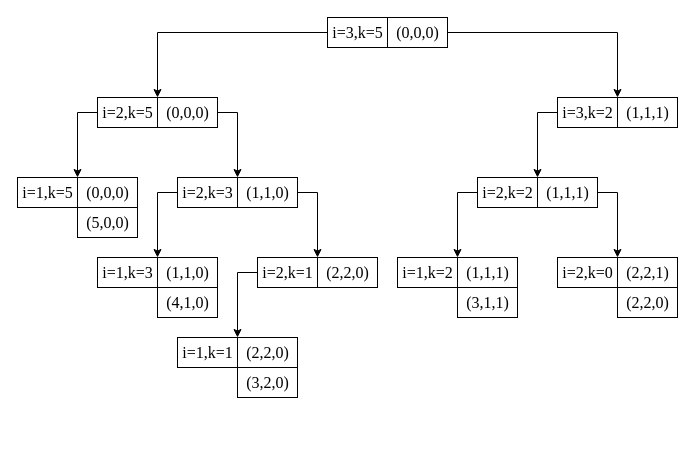
Before: recursiontree.drawio in Phagesama/PDFGPPCfigure, a draw.io diagram. Source tidied: cells renumbered, new cells numbered last; positions are measured from the earlier drawing's top-left corner, leaving out a move shared by most shapes. Both pictures are drawn from the tidied source at 100%, with x=0, y=0 at pixel (17, 17).
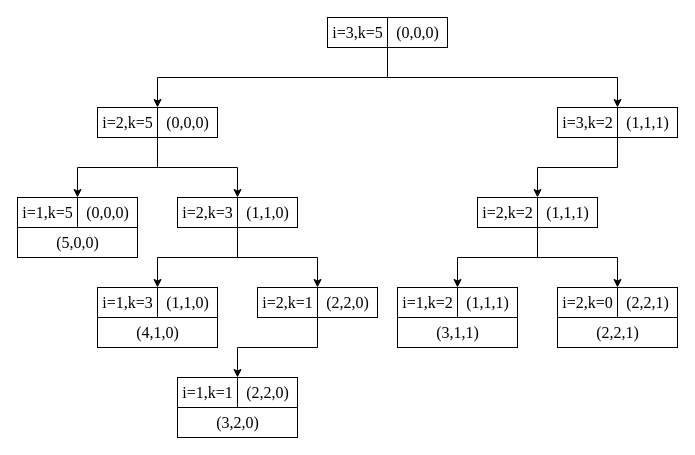
After the change.

Unchanged cells that the change refers to:
```xml
<mxCell id="3" value="&lt;font style=&quot;font-size: 16px;&quot; face=&quot;Times New Roman&quot;&gt;i=3,k=5&lt;/font&gt;" style="html=1;dashed=0;whitespace=wrap;shadow=0;sketch=0;fillStyle=solid;fillColor=default;gradientColor=none;fontSize=16;" parent="2" vertex="1">
  <mxGeometry width="60" height="30" as="geometry" />
</mxCell>
<mxCell id="4" value="&lt;font face=&quot;Times New Roman&quot; style=&quot;font-size: 16px;&quot;&gt;(0,0,0)&lt;/font&gt;" style="html=1;dashed=0;whitespace=wrap;shadow=0;sketch=0;fillStyle=solid;fillColor=default;gradientColor=none;fontSize=16;" parent="2" vertex="1">
  <mxGeometry x="60" width="60" height="30" as="geometry" />
</mxCell>
<mxCell id="6" value="&lt;font face=&quot;Times New Roman&quot; style=&quot;font-size: 16px;&quot;&gt;i=2,k=5&lt;/font&gt;" style="html=1;dashed=0;whitespace=wrap;shadow=0;sketch=0;fillStyle=solid;fillColor=default;gradientColor=none;fontSize=16;" parent="5" vertex="1">
  <mxGeometry width="60" height="30" as="geometry" />
</mxCell>
<mxCell id="7" value="&lt;font face=&quot;Times New Roman&quot; style=&quot;font-size: 16px;&quot;&gt;(0,0,0)&lt;/font&gt;" style="html=1;dashed=0;whitespace=wrap;shadow=0;sketch=0;fillStyle=solid;fillColor=default;gradientColor=none;fontSize=16;" parent="5" vertex="1">
  <mxGeometry x="60" width="60" height="30" as="geometry" />
</mxCell>
<mxCell id="9" value="&lt;font face=&quot;Times New Roman&quot; style=&quot;font-size: 16px;&quot;&gt;i=2,k=3&lt;/font&gt;" style="html=1;dashed=0;whitespace=wrap;shadow=0;sketch=0;fillStyle=solid;fillColor=default;gradientColor=none;fontSize=16;" parent="8" vertex="1">
  <mxGeometry width="60" height="30" as="geometry" />
</mxCell>
<mxCell id="10" value="&lt;font face=&quot;Times New Roman&quot; style=&quot;font-size: 16px;&quot;&gt;(1,1,0)&lt;/font&gt;" style="html=1;dashed=0;whitespace=wrap;shadow=0;sketch=0;fillStyle=solid;fillColor=default;gradientColor=none;fontSize=16;" parent="8" vertex="1">
  <mxGeometry x="60" width="60" height="30" as="geometry" />
</mxCell>
<mxCell id="12" value="&lt;font face=&quot;Times New Roman&quot; style=&quot;font-size: 16px;&quot;&gt;i=2,k=1&lt;/font&gt;" style="html=1;dashed=0;whitespace=wrap;shadow=0;sketch=0;fillStyle=solid;fillColor=default;gradientColor=none;fontSize=16;" parent="11" vertex="1">
  <mxGeometry width="60" height="30" as="geometry" />
</mxCell>
<mxCell id="13" value="&lt;font face=&quot;Times New Roman&quot; style=&quot;font-size: 16px;&quot;&gt;(2,2,0)&lt;/font&gt;" style="html=1;dashed=0;whitespace=wrap;shadow=0;sketch=0;fillStyle=solid;fillColor=default;gradientColor=none;fontSize=16;" parent="11" vertex="1">
  <mxGeometry x="60" width="60" height="30" as="geometry" />
</mxCell>
<mxCell id="15" value="&lt;font face=&quot;Times New Roman&quot; style=&quot;font-size: 16px;&quot;&gt;i=3,k=2&lt;/font&gt;" style="html=1;dashed=0;whitespace=wrap;shadow=0;sketch=0;fillStyle=solid;fillColor=default;gradientColor=none;fontSize=16;" parent="14" vertex="1">
  <mxGeometry width="60" height="30" as="geometry" />
</mxCell>
<mxCell id="16" value="&lt;font face=&quot;Times New Roman&quot; style=&quot;font-size: 16px;&quot;&gt;(1,1,1)&lt;/font&gt;" style="html=1;dashed=0;whitespace=wrap;shadow=0;sketch=0;fillStyle=solid;fillColor=default;gradientColor=none;fontSize=16;" parent="14" vertex="1">
  <mxGeometry x="60" width="60" height="30" as="geometry" />
</mxCell>
<mxCell id="28" value="&lt;font face=&quot;Times New Roman&quot; style=&quot;font-size: 16px;&quot;&gt;i=2,k=2&lt;/font&gt;" style="html=1;dashed=0;whitespace=wrap;shadow=0;sketch=0;fillStyle=solid;fillColor=default;gradientColor=none;fontSize=16;" parent="27" vertex="1">
  <mxGeometry width="60" height="30" as="geometry" />
</mxCell>
<mxCell id="29" value="&lt;font face=&quot;Times New Roman&quot; style=&quot;font-size: 16px;&quot;&gt;(1,1,1)&lt;/font&gt;" style="html=1;dashed=0;whitespace=wrap;shadow=0;sketch=0;fillStyle=solid;fillColor=default;gradientColor=none;fontSize=16;" parent="27" vertex="1">
  <mxGeometry x="60" width="60" height="30" as="geometry" />
</mxCell>
<mxCell id="43" value="&lt;font face=&quot;Times New Roman&quot; style=&quot;font-size: 16px;&quot;&gt;(2,2,0)&lt;/font&gt;" style="html=1;dashed=0;whitespace=wrap;shadow=0;sketch=0;fillStyle=solid;fillColor=default;gradientColor=none;fontSize=16;" parent="41" vertex="1">
  <mxGeometry x="60" width="60" height="30" as="geometry" />
</mxCell>
<mxCell id="47" value="&lt;font face=&quot;Times New Roman&quot; style=&quot;font-size: 16px;&quot;&gt;i=1,k=2&lt;/font&gt;" style="html=1;dashed=0;whitespace=wrap;shadow=0;sketch=0;fillStyle=solid;fillColor=default;gradientColor=none;fontSize=16;" parent="46" vertex="1">
  <mxGeometry width="60" height="30" as="geometry" />
</mxCell>
<mxCell id="53" value="&lt;font face=&quot;Times New Roman&quot; style=&quot;font-size: 16px;&quot;&gt;(2,2,1)&lt;/font&gt;" style="html=1;dashed=0;whitespace=wrap;shadow=0;sketch=0;fillStyle=solid;fillColor=default;gradientColor=none;fontSize=16;" parent="51" vertex="1">
  <mxGeometry x="60" width="60" height="30" as="geometry" />
</mxCell>
```

Diff of the diagram source:
```diff
@@
     <mxCell id="5" style="group;fontSize=16;" parent="1" vertex="1">
-      <mxGeometry x="80" y="80" width="120" height="30" as="geometry" />
+      <mxGeometry x="80" y="90" width="120" height="30" as="geometry" />
     </mxCell>
@@
     <mxCell id="8" style="group;fontSize=16;" parent="1" vertex="1">
-      <mxGeometry x="160" y="160" width="120" height="30" as="geometry" />
+      <mxGeometry x="160" y="180" width="120" height="30" as="geometry" />
     </mxCell>
@@
     <mxCell id="11" style="group;fontSize=16;" parent="1" vertex="1">
-      <mxGeometry x="240" y="240" width="120" height="30" as="geometry" />
+      <mxGeometry x="240" y="270" width="120" height="30" as="geometry" />
     </mxCell>
@@
     <mxCell id="14" style="group;fontSize=16;" parent="1" vertex="1">
-      <mxGeometry x="540" y="80" width="120" height="30" as="geometry" />
+      <mxGeometry x="540" y="90" width="120" height="30" as="geometry" />
     </mxCell>
@@
-    <mxCell id="17" style="group;fontSize=16;" parent="1" vertex="1">
-      <mxGeometry y="160" width="120" height="60" as="geometry" />
-    </mxCell>
-    <mxCell id="18" style="group;fontSize=16;" parent="17" vertex="1">
-      <mxGeometry width="120" height="30" as="geometry" />
-    </mxCell>
-    <mxCell id="19" value="&lt;font face=&quot;Times New Roman&quot; style=&quot;font-size: 16px;&quot;&gt;i=1,k=5&lt;/font&gt;" style="html=1;dashed=0;whitespace=wrap;shadow=0;sketch=0;fillStyle=solid;fillColor=default;gradientColor=none;fontSize=16;" parent="18" vertex="1">
-      <mxGeometry width="60" height="30" as="geometry" />
-    </mxCell>
-    <mxCell id="20" value="&lt;font face=&quot;Times New Roman&quot; style=&quot;font-size: 16px;&quot;&gt;(0,0,0)&lt;/font&gt;" style="html=1;dashed=0;whitespace=wrap;shadow=0;sketch=0;fillStyle=solid;fillColor=default;gradientColor=none;fontSize=16;" parent="18" vertex="1">
-      <mxGeometry x="60" width="60" height="30" as="geometry" />
-    </mxCell>
-    <mxCell id="21" value="&lt;font face=&quot;Times New Roman&quot; style=&quot;font-size: 16px;&quot;&gt;(5,0,0)&lt;/font&gt;" style="html=1;dashed=0;whitespace=wrap;shadow=0;sketch=0;fillStyle=solid;fillColor=default;gradientColor=none;fontSize=16;" parent="17" vertex="1">
-      <mxGeometry x="60" y="30" width="60" height="30" as="geometry" />
-    </mxCell>
-    <mxCell id="22" style="group;fontSize=16;" parent="1" vertex="1">
-      <mxGeometry x="80" y="240" width="120" height="60" as="geometry" />
-    </mxCell>
-    <mxCell id="23" value="&lt;font face=&quot;Times New Roman&quot; style=&quot;font-size: 16px;&quot;&gt;(4,1,0)&lt;/font&gt;" style="html=1;dashed=0;whitespace=wrap;shadow=0;sketch=0;fillStyle=solid;fillColor=default;gradientColor=none;fontSize=16;" parent="22" vertex="1">
-      <mxGeometry x="60" y="30" width="60" height="30" as="geometry" />
-    </mxCell>
-    <mxCell id="24" style="group;fontSize=16;" parent="22" vertex="1">
-      <mxGeometry width="120" height="30" as="geometry" />
-    </mxCell>
-    <mxCell id="25" value="&lt;font face=&quot;Times New Roman&quot; style=&quot;font-size: 16px;&quot;&gt;i=1,k=3&lt;/font&gt;" style="html=1;dashed=0;whitespace=wrap;shadow=0;sketch=0;fillStyle=solid;fillColor=default;gradientColor=none;fontSize=16;" parent="24" vertex="1">
-      <mxGeometry width="60" height="30" as="geometry" />
-    </mxCell>
-    <mxCell id="26" value="&lt;font face=&quot;Times New Roman&quot; style=&quot;font-size: 16px;&quot;&gt;(1,1,0)&lt;/font&gt;" style="html=1;dashed=0;whitespace=wrap;shadow=0;sketch=0;fillStyle=solid;fillColor=default;gradientColor=none;fontSize=16;" parent="24" vertex="1">
-      <mxGeometry x="60" width="60" height="30" as="geometry" />
-    </mxCell>
     <mxCell id="27" style="group;fontSize=16;" parent="1" vertex="1">
-      <mxGeometry x="460" y="160" width="120" height="30" as="geometry" />
+      <mxGeometry x="460" y="180" width="120" height="30" as="geometry" />
     </mxCell>
@@
-    <mxCell id="30" style="edgeStyle=orthogonalEdgeStyle;rounded=0;jettySize=auto;html=1;exitX=0;exitY=0.5;exitDx=0;exitDy=0;entryX=0;entryY=0;entryDx=0;entryDy=0;fontFamily=Times New Roman;fontSize=16;" parent="1" edge="1" source="3" target="7">
-      <mxGeometry relative="1" as="geometry" />
+    <mxCell id="30" style="edgeStyle=orthogonalEdgeStyle;rounded=0;jettySize=auto;html=1;exitX=0;exitY=1;exitDx=0;exitDy=0;entryX=0;entryY=0;entryDx=0;entryDy=0;fontFamily=Times New Roman;fontSize=16;" parent="1" edge="1" source="4" target="7">
+      <mxGeometry relative="1" as="geometry">
+        <Array as="points">
+          <mxPoint x="370" y="60" />
+          <mxPoint x="140" y="60" />
+        </Array>
+      </mxGeometry>
     </mxCell>
-    <mxCell id="31" style="edgeStyle=orthogonalEdgeStyle;rounded=0;jettySize=auto;html=1;exitX=1;exitY=0.5;exitDx=0;exitDy=0;entryX=0;entryY=0;entryDx=0;entryDy=0;fontFamily=Times New Roman;fontSize=16;" parent="1" edge="1" source="4" target="16">
-      <mxGeometry relative="1" as="geometry" />
+    <mxCell id="31" style="edgeStyle=orthogonalEdgeStyle;rounded=0;jettySize=auto;html=1;exitX=0;exitY=1;exitDx=0;exitDy=0;entryX=0;entryY=0;entryDx=0;entryDy=0;fontFamily=Times New Roman;fontSize=16;" parent="1" edge="1" source="4" target="16">
+      <mxGeometry relative="1" as="geometry">
+        <Array as="points">
+          <mxPoint x="370" y="60" />
+          <mxPoint x="600" y="60" />
+        </Array>
+      </mxGeometry>
     </mxCell>
-    <mxCell id="32" style="edgeStyle=orthogonalEdgeStyle;rounded=0;jettySize=auto;html=1;exitX=0;exitY=0.5;exitDx=0;exitDy=0;entryX=0;entryY=0;entryDx=0;entryDy=0;fontFamily=Times New Roman;fontSize=16;" parent="1" edge="1" source="6" target="20">
+    <mxCell id="32" style="edgeStyle=orthogonalEdgeStyle;rounded=0;jettySize=auto;html=1;exitX=1;exitY=1;exitDx=0;exitDy=0;entryX=0;entryY=0;entryDx=0;entryDy=0;fontFamily=Times New Roman;fontSize=16;" parent="1" edge="1" source="6" target="20">
       <mxGeometry relative="1" as="geometry" />
     </mxCell>
-    <mxCell id="33" style="edgeStyle=orthogonalEdgeStyle;rounded=0;jettySize=auto;html=1;exitX=1;exitY=0.5;exitDx=0;exitDy=0;entryX=0;entryY=0;entryDx=0;entryDy=0;fontFamily=Times New Roman;fontSize=16;" parent="1" edge="1" source="7" target="10">
+    <mxCell id="33" style="edgeStyle=orthogonalEdgeStyle;rounded=0;jettySize=auto;html=1;exitX=0;exitY=1;exitDx=0;exitDy=0;entryX=0;entryY=0;entryDx=0;entryDy=0;fontFamily=Times New Roman;fontSize=16;" parent="1" edge="1" source="7" target="10">
       <mxGeometry relative="1" as="geometry" />
     </mxCell>
-    <mxCell id="34" style="edgeStyle=orthogonalEdgeStyle;rounded=0;jettySize=auto;html=1;exitX=0;exitY=0.5;exitDx=0;exitDy=0;entryX=0;entryY=0;entryDx=0;entryDy=0;fontFamily=Times New Roman;fontSize=16;" parent="1" edge="1" source="9" target="26">
+    <mxCell id="34" style="edgeStyle=orthogonalEdgeStyle;rounded=0;jettySize=auto;html=1;exitX=0;exitY=1;exitDx=0;exitDy=0;entryX=0;entryY=0;entryDx=0;entryDy=0;fontFamily=Times New Roman;fontSize=16;" parent="1" edge="1" source="10" target="26">
       <mxGeometry relative="1" as="geometry" />
     </mxCell>
-    <mxCell id="35" style="edgeStyle=orthogonalEdgeStyle;rounded=0;jettySize=auto;html=1;exitX=1;exitY=0.5;exitDx=0;exitDy=0;entryX=0;entryY=0;entryDx=0;entryDy=0;fontFamily=Times New Roman;fontSize=16;" parent="1" edge="1" source="10" target="13">
+    <mxCell id="35" style="edgeStyle=orthogonalEdgeStyle;rounded=0;jettySize=auto;html=1;exitX=0;exitY=1;exitDx=0;exitDy=0;entryX=0;entryY=0;entryDx=0;entryDy=0;fontFamily=Times New Roman;fontSize=16;" parent="1" edge="1" source="10" target="13">
       <mxGeometry relative="1" as="geometry" />
     </mxCell>
-    <mxCell id="36" style="edgeStyle=orthogonalEdgeStyle;rounded=0;jettySize=auto;html=1;exitX=0;exitY=0.5;exitDx=0;exitDy=0;entryX=0;entryY=0;entryDx=0;entryDy=0;fontFamily=Times New Roman;fontSize=16;" parent="1" edge="1" source="12" target="43">
+    <mxCell id="36" style="edgeStyle=orthogonalEdgeStyle;rounded=0;jettySize=auto;html=1;exitX=1;exitY=1;exitDx=0;exitDy=0;entryX=0;entryY=0;entryDx=0;entryDy=0;fontFamily=Times New Roman;fontSize=16;" parent="1" edge="1" source="12" target="43">
       <mxGeometry relative="1" as="geometry" />
     </mxCell>
-    <mxCell id="37" style="edgeStyle=orthogonalEdgeStyle;rounded=0;jettySize=auto;html=1;exitX=0;exitY=0.5;exitDx=0;exitDy=0;entryX=1;entryY=0;entryDx=0;entryDy=0;fontFamily=Times New Roman;fontSize=16;" parent="1" edge="1" source="28" target="47">
+    <mxCell id="37" style="edgeStyle=orthogonalEdgeStyle;rounded=0;jettySize=auto;html=1;exitX=1;exitY=1;exitDx=0;exitDy=0;entryX=1;entryY=0;entryDx=0;entryDy=0;fontFamily=Times New Roman;fontSize=16;" parent="1" edge="1" source="28" target="47">
       <mxGeometry relative="1" as="geometry" />
     </mxCell>
-    <mxCell id="38" style="edgeStyle=orthogonalEdgeStyle;rounded=0;jettySize=auto;html=1;exitX=1;exitY=0.5;exitDx=0;exitDy=0;entryX=0;entryY=0;entryDx=0;entryDy=0;fontFamily=Times New Roman;fontSize=16;" parent="1" edge="1" source="29" target="53">
+    <mxCell id="38" style="edgeStyle=orthogonalEdgeStyle;rounded=0;jettySize=auto;html=1;exitX=0;exitY=1;exitDx=0;exitDy=0;entryX=0;entryY=0;entryDx=0;entryDy=0;fontFamily=Times New Roman;fontSize=16;" parent="1" edge="1" source="29" target="53">
       <mxGeometry relative="1" as="geometry" />
     </mxCell>
-    <mxCell id="39" style="edgeStyle=orthogonalEdgeStyle;rounded=0;jettySize=auto;html=1;exitX=0;exitY=0.5;exitDx=0;exitDy=0;entryX=0;entryY=0;entryDx=0;entryDy=0;fontFamily=Times New Roman;fontSize=16;" parent="1" edge="1" source="15" target="29">
+    <mxCell id="39" style="edgeStyle=orthogonalEdgeStyle;rounded=0;jettySize=auto;html=1;exitX=0;exitY=1;exitDx=0;exitDy=0;entryX=0;entryY=0;entryDx=0;entryDy=0;fontFamily=Times New Roman;fontSize=16;" parent="1" edge="1" source="16" target="29">
       <mxGeometry relative="1" as="geometry" />
     </mxCell>
     <mxCell id="40" style="group;fontSize=16;" parent="1" vertex="1">
-      <mxGeometry x="160" y="320" width="120" height="60" as="geometry" />
+      <mxGeometry x="160" y="360" width="120" height="60" as="geometry" />
     </mxCell>
@@
     <mxCell id="44" value="&lt;font face=&quot;Times New Roman&quot; style=&quot;font-size: 16px;&quot;&gt;(3,2,0)&lt;/font&gt;" style="html=1;dashed=0;whitespace=wrap;shadow=0;sketch=0;fillStyle=solid;fillColor=default;gradientColor=none;fontSize=16;" parent="40" vertex="1">
-      <mxGeometry x="60" y="30" width="60" height="30" as="geometry" />
+      <mxGeometry y="30" width="120" height="30" as="geometry" />
     </mxCell>
-    <mxCell id="45" style="group;fontSize=16;" parent="1" vertex="1">
-      <mxGeometry x="380" y="240" width="120" height="60" as="geometry" />
-    </mxCell>
+    <mxCell id="55" style="group;" parent="1" vertex="1">
+      <mxGeometry y="180" width="120" height="60" as="geometry" />
+    </mxCell>
+    <mxCell id="18" style="group;fontSize=16;" parent="55" vertex="1">
+      <mxGeometry width="120" height="30" as="geometry" />
+    </mxCell>
+    <mxCell id="19" value="&lt;font face=&quot;Times New Roman&quot; style=&quot;font-size: 16px;&quot;&gt;i=1,k=5&lt;/font&gt;" style="html=1;dashed=0;whitespace=wrap;shadow=0;sketch=0;fillStyle=solid;fillColor=default;gradientColor=none;fontSize=16;" parent="18" vertex="1">
+      <mxGeometry width="60" height="30" as="geometry" />
+    </mxCell>
+    <mxCell id="20" value="&lt;font face=&quot;Times New Roman&quot; style=&quot;font-size: 16px;&quot;&gt;(0,0,0)&lt;/font&gt;" style="html=1;dashed=0;whitespace=wrap;shadow=0;sketch=0;fillStyle=solid;fillColor=default;gradientColor=none;fontSize=16;" parent="18" vertex="1">
+      <mxGeometry x="60" width="60" height="30" as="geometry" />
+    </mxCell>
+    <mxCell id="21" value="&lt;font face=&quot;Times New Roman&quot; style=&quot;font-size: 16px;&quot;&gt;(5,0,0)&lt;/font&gt;" style="html=1;dashed=0;whitespace=wrap;shadow=0;sketch=0;fillStyle=solid;fillColor=default;gradientColor=none;fontSize=16;" parent="55" vertex="1">
+      <mxGeometry y="30" width="120" height="30" as="geometry" />
+    </mxCell>
+    <mxCell id="56" style="group;" parent="1" vertex="1">
+      <mxGeometry x="80" y="270" width="120" height="60" as="geometry" />
+    </mxCell>
+    <mxCell id="23" value="&lt;font face=&quot;Times New Roman&quot; style=&quot;font-size: 16px;&quot;&gt;(4,1,0)&lt;/font&gt;" style="html=1;dashed=0;whitespace=wrap;shadow=0;sketch=0;fillStyle=solid;fillColor=default;gradientColor=none;fontSize=16;" parent="56" vertex="1">
+      <mxGeometry y="30" width="120" height="30" as="geometry" />
+    </mxCell>
+    <mxCell id="24" style="group;fontSize=16;" parent="56" vertex="1">
+      <mxGeometry width="120" height="30" as="geometry" />
+    </mxCell>
+    <mxCell id="25" value="&lt;font face=&quot;Times New Roman&quot; style=&quot;font-size: 16px;&quot;&gt;i=1,k=3&lt;/font&gt;" style="html=1;dashed=0;whitespace=wrap;shadow=0;sketch=0;fillStyle=solid;fillColor=default;gradientColor=none;fontSize=16;" parent="24" vertex="1">
+      <mxGeometry width="60" height="30" as="geometry" />
+    </mxCell>
+    <mxCell id="26" value="&lt;font face=&quot;Times New Roman&quot; style=&quot;font-size: 16px;&quot;&gt;(1,1,0)&lt;/font&gt;" style="html=1;dashed=0;whitespace=wrap;shadow=0;sketch=0;fillStyle=solid;fillColor=default;gradientColor=none;fontSize=16;" parent="24" vertex="1">
+      <mxGeometry x="60" width="60" height="30" as="geometry" />
+    </mxCell>
+    <mxCell id="57" style="group;" parent="1" vertex="1">
+      <mxGeometry x="380" y="270" width="120" height="60" as="geometry" />
+    </mxCell>
-    <mxCell id="46" style="group;fontSize=16;" parent="45" vertex="1">
+    <mxCell id="46" style="group;fontSize=16;" parent="57" vertex="1">
       <mxGeometry width="120" height="30" as="geometry" />
     </mxCell>
@@
-    <mxCell id="49" value="&lt;font face=&quot;Times New Roman&quot; style=&quot;font-size: 16px;&quot;&gt;(3,1,1)&lt;/font&gt;" style="html=1;dashed=0;whitespace=wrap;shadow=0;sketch=0;fillStyle=solid;fillColor=default;gradientColor=none;fontSize=16;" parent="45" vertex="1">
-      <mxGeometry x="60" y="30" width="60" height="30" as="geometry" />
+    <mxCell id="49" value="&lt;font face=&quot;Times New Roman&quot; style=&quot;font-size: 16px;&quot;&gt;(3,1,1)&lt;/font&gt;" style="html=1;dashed=0;whitespace=wrap;shadow=0;sketch=0;fillStyle=solid;fillColor=default;gradientColor=none;fontSize=16;" parent="57" vertex="1">
+      <mxGeometry y="30" width="120" height="30" as="geometry" />
     </mxCell>
-    <mxCell id="50" style="group;fontSize=16;" parent="1" vertex="1">
-      <mxGeometry x="540" y="240" width="120" height="60" as="geometry" />
-    </mxCell>
+    <mxCell id="58" style="group;" parent="1" vertex="1">
+      <mxGeometry x="540" y="270" width="120" height="60" as="geometry" />
+    </mxCell>
-    <mxCell id="51" style="group;fontSize=16;" parent="50" vertex="1">
+    <mxCell id="51" style="group;fontSize=16;" parent="58" vertex="1">
       <mxGeometry width="120" height="30" as="geometry" />
     </mxCell>
@@
-    <mxCell id="54" value="&lt;font face=&quot;Times New Roman&quot; style=&quot;font-size: 16px;&quot;&gt;(2,2,0)&lt;/font&gt;" style="html=1;dashed=0;whitespace=wrap;shadow=0;sketch=0;fillStyle=solid;fillColor=default;gradientColor=none;fontSize=16;" parent="50" vertex="1">
-      <mxGeometry x="60" y="30" width="60" height="30" as="geometry" />
+    <mxCell id="54" value="&lt;font face=&quot;Times New Roman&quot; style=&quot;font-size: 16px&quot;&gt;(2,2,1)&lt;/font&gt;" style="html=1;dashed=0;whitespace=wrap;shadow=0;sketch=0;fillStyle=solid;fillColor=default;gradientColor=none;fontSize=16;" parent="58" vertex="1">
+      <mxGeometry y="30" width="120" height="30" as="geometry" />
     </mxCell>
```
